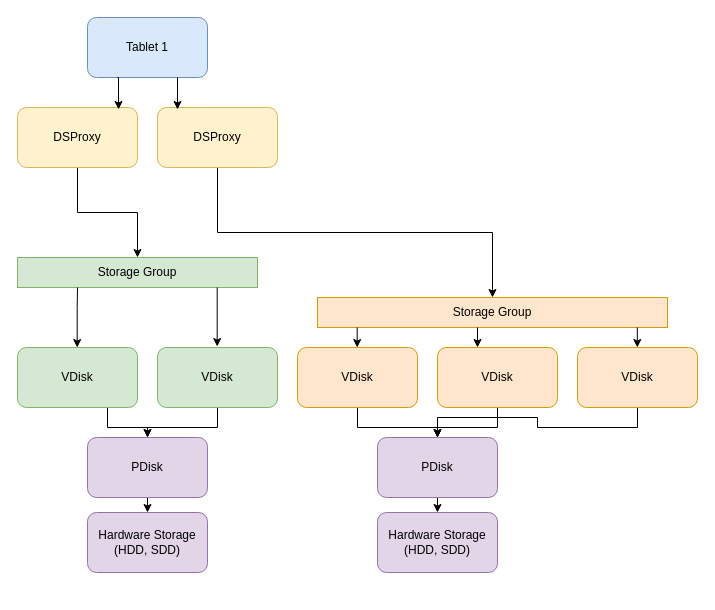
Before: ydb/docs/ru/core/concepts/_assets/storage.drawio in ydb-platform/ydb, a draw.io diagram. Source tidied: cells renumbered, new cells numbered last; positions are measured from the earlier drawing's top-left corner, leaving out a move shared by most shapes. Both pictures are drawn from the tidied source at 100%, with x=0, y=0 at pixel (17, 17).
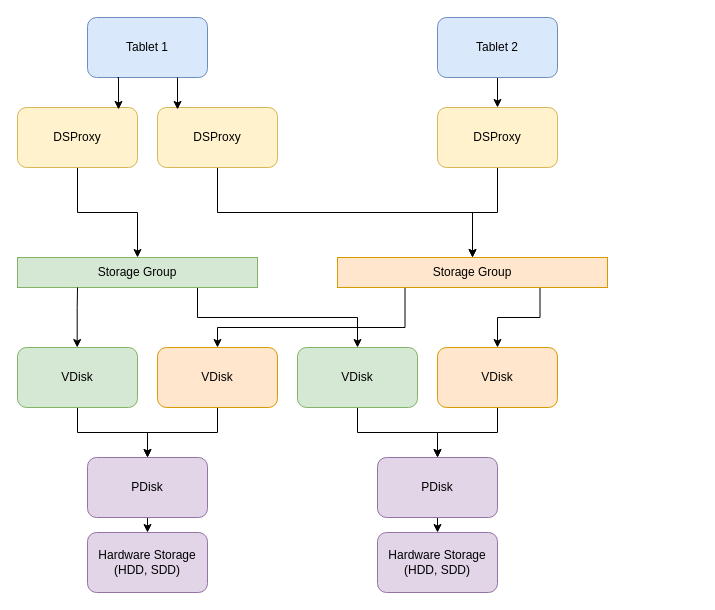
The same diagram, later.

The change refers to these unchanged cells:
```xml
<mxCell id="10" value="VDisk" style="rounded=1;whiteSpace=wrap;html=1;fillColor=#d5e8d4;strokeColor=#82b366;" parent="1" vertex="1">
  <mxGeometry y="330" width="120" height="60" as="geometry" />
</mxCell>
<mxCell id="19" value="VDisk" style="rounded=1;whiteSpace=wrap;html=1;fillColor=#ffe6cc;strokeColor=#d79b00;" parent="1" vertex="1">
  <mxGeometry x="420" y="330" width="120" height="60" as="geometry" />
</mxCell>
<mxCell id="23" value="Storage Group" style="rounded=0;whiteSpace=wrap;html=1;fillColor=#d5e8d4;strokeColor=#82b366;" parent="1" vertex="1">
  <mxGeometry y="240" width="240" height="30" as="geometry" />
</mxCell>
```

Change to the diagram source:
```diff
@@
-    <mxCell id="9" style="edgeStyle=orthogonalEdgeStyle;rounded=0;jettySize=auto;html=1;exitX=0.75;exitY=1;exitDx=0;exitDy=0;entryX=0.5;entryY=0;entryDx=0;entryDy=0;" parent="1" edge="1" source="10" target="12">
-      <mxGeometry relative="1" as="geometry" />
-    </mxCell>
+    <mxCell id="32" style="edgeStyle=orthogonalEdgeStyle;rounded=0;jettySize=auto;html=1;exitX=0.5;exitY=1;exitDx=0;exitDy=0;entryX=0.5;entryY=0;entryDx=0;entryDy=0;" parent="1" edge="1" source="10" target="34">
+      <mxGeometry relative="1" as="geometry" />
+    </mxCell>
@@
-    <mxCell id="11" style="edgeStyle=orthogonalEdgeStyle;rounded=0;jettySize=auto;html=1;exitX=0.5;exitY=1;exitDx=0;exitDy=0;entryX=0.5;entryY=0;entryDx=0;entryDy=0;" parent="1" edge="1" source="12" target="13">
-      <mxGeometry relative="1" as="geometry" />
-    </mxCell>
-    <mxCell id="12" value="PDisk" style="rounded=1;whiteSpace=wrap;html=1;fillColor=#e1d5e7;strokeColor=#9673a6;" parent="1" vertex="1">
-      <mxGeometry x="70" y="420" width="120" height="60" as="geometry" />
-    </mxCell>
-    <mxCell id="13" value="Hardware Storage (HDD, SDD)" style="rounded=1;whiteSpace=wrap;html=1;fillColor=#e1d5e7;strokeColor=#9673a6;" parent="1" vertex="1">
-      <mxGeometry x="70" y="495" width="120" height="60" as="geometry" />
-    </mxCell>
-    <mxCell id="14" style="edgeStyle=orthogonalEdgeStyle;rounded=0;jettySize=auto;html=1;exitX=0.5;exitY=1;exitDx=0;exitDy=0;entryX=0.5;entryY=0;entryDx=0;entryDy=0;" parent="1" edge="1" source="15" target="12">
-      <mxGeometry relative="1" as="geometry" />
-    </mxCell>
+    <mxCell id="33" style="edgeStyle=orthogonalEdgeStyle;rounded=0;jettySize=auto;html=1;exitX=0.5;exitY=1;exitDx=0;exitDy=0;entryX=0.5;entryY=0;entryDx=0;entryDy=0;" parent="1" edge="1" source="34" target="35">
+      <mxGeometry relative="1" as="geometry" />
+    </mxCell>
+    <mxCell id="34" value="PDisk" style="rounded=1;whiteSpace=wrap;html=1;fillColor=#e1d5e7;strokeColor=#9673a6;" parent="1" vertex="1">
+      <mxGeometry x="70" y="440" width="120" height="60" as="geometry" />
+    </mxCell>
+    <mxCell id="35" value="Hardware Storage (HDD, SDD)" style="rounded=1;whiteSpace=wrap;html=1;fillColor=#e1d5e7;strokeColor=#9673a6;" parent="1" vertex="1">
+      <mxGeometry x="70" y="515" width="120" height="60" as="geometry" />
+    </mxCell>
+    <mxCell id="36" style="edgeStyle=orthogonalEdgeStyle;rounded=0;jettySize=auto;html=1;exitX=0.5;exitY=1;exitDx=0;exitDy=0;entryX=0.5;entryY=0;entryDx=0;entryDy=0;" parent="1" edge="1" source="15" target="41">
+      <mxGeometry relative="1" as="geometry" />
+    </mxCell>
     <mxCell id="15" value="VDisk" style="rounded=1;whiteSpace=wrap;html=1;fillColor=#d5e8d4;strokeColor=#82b366;" parent="1" vertex="1">
-      <mxGeometry x="140" y="330" width="120" height="60" as="geometry" />
+      <mxGeometry x="280" y="330" width="120" height="60" as="geometry" />
     </mxCell>
-    <mxCell id="16" style="edgeStyle=orthogonalEdgeStyle;rounded=0;jettySize=auto;html=1;exitX=0.5;exitY=1;exitDx=0;exitDy=0;" parent="1" edge="1" source="17" target="21">
-      <mxGeometry relative="1" as="geometry" />
-    </mxCell>
-    <mxCell id="17" value="VDisk" style="rounded=1;whiteSpace=wrap;html=1;fillColor=#ffe6cc;strokeColor=#d79b00;" parent="1" vertex="1">
-      <mxGeometry x="280" y="330" width="120" height="60" as="geometry" />
-    </mxCell>
-    <mxCell id="18" style="edgeStyle=orthogonalEdgeStyle;rounded=0;jettySize=auto;html=1;exitX=0.5;exitY=1;exitDx=0;exitDy=0;entryX=0.5;entryY=0;entryDx=0;entryDy=0;" parent="1" edge="1" source="19" target="21">
-      <mxGeometry relative="1" as="geometry" />
-    </mxCell>
+    <mxCell id="37" style="edgeStyle=orthogonalEdgeStyle;rounded=0;jettySize=auto;html=1;exitX=0.5;exitY=1;exitDx=0;exitDy=0;entryX=0.5;entryY=0;entryDx=0;entryDy=0;" parent="1" edge="1" source="38" target="34">
+      <mxGeometry relative="1" as="geometry" />
+    </mxCell>
+    <mxCell id="38" value="VDisk" style="rounded=1;whiteSpace=wrap;html=1;fillColor=#ffe6cc;strokeColor=#d79b00;" parent="1" vertex="1">
+      <mxGeometry x="140" y="330" width="120" height="60" as="geometry" />
+    </mxCell>
+    <mxCell id="39" style="edgeStyle=orthogonalEdgeStyle;rounded=0;jettySize=auto;html=1;exitX=0.5;exitY=1;exitDx=0;exitDy=0;" parent="1" edge="1" source="19" target="41">
+      <mxGeometry relative="1" as="geometry" />
+    </mxCell>
@@
-    <mxCell id="20" style="edgeStyle=orthogonalEdgeStyle;rounded=0;jettySize=auto;html=1;exitX=0.5;exitY=1;exitDx=0;exitDy=0;entryX=0.5;entryY=0;entryDx=0;entryDy=0;" parent="1" edge="1" source="21" target="22">
-      <mxGeometry relative="1" as="geometry" />
-    </mxCell>
-    <mxCell id="21" value="PDisk" style="rounded=1;whiteSpace=wrap;html=1;fillColor=#e1d5e7;strokeColor=#9673a6;" parent="1" vertex="1">
-      <mxGeometry x="360" y="420" width="120" height="60" as="geometry" />
-    </mxCell>
-    <mxCell id="22" value="Hardware Storage (HDD, SDD)" style="rounded=1;whiteSpace=wrap;html=1;fillColor=#e1d5e7;strokeColor=#9673a6;" parent="1" vertex="1">
-      <mxGeometry x="360" y="495" width="120" height="60" as="geometry" />
-    </mxCell>
+    <mxCell id="40" style="edgeStyle=orthogonalEdgeStyle;rounded=0;jettySize=auto;html=1;exitX=0.5;exitY=1;exitDx=0;exitDy=0;entryX=0.5;entryY=0;entryDx=0;entryDy=0;" parent="1" edge="1" source="41" target="42">
+      <mxGeometry relative="1" as="geometry" />
+    </mxCell>
+    <mxCell id="41" value="PDisk" style="rounded=1;whiteSpace=wrap;html=1;fillColor=#e1d5e7;strokeColor=#9673a6;" parent="1" vertex="1">
+      <mxGeometry x="360" y="440" width="120" height="60" as="geometry" />
+    </mxCell>
+    <mxCell id="42" value="Hardware Storage (HDD, SDD)" style="rounded=1;whiteSpace=wrap;html=1;fillColor=#e1d5e7;strokeColor=#9673a6;" parent="1" vertex="1">
+      <mxGeometry x="360" y="515" width="120" height="60" as="geometry" />
+    </mxCell>
+    <mxCell id="43" style="edgeStyle=orthogonalEdgeStyle;rounded=0;jettySize=auto;html=1;exitX=0.75;exitY=1;exitDx=0;exitDy=0;" parent="1" edge="1" source="23" target="15">
+      <mxGeometry relative="1" as="geometry" />
+    </mxCell>
@@
+    <mxCell id="44" style="edgeStyle=orthogonalEdgeStyle;rounded=0;jettySize=auto;html=1;exitX=0.25;exitY=1;exitDx=0;exitDy=0;entryX=0.5;entryY=0;entryDx=0;entryDy=0;" parent="1" edge="1" source="24" target="38">
+      <mxGeometry relative="1" as="geometry">
+        <Array as="points">
+          <mxPoint x="388" y="310" />
+          <mxPoint x="200" y="310" />
+        </Array>
+      </mxGeometry>
+    </mxCell>
+    <mxCell id="45" style="edgeStyle=orthogonalEdgeStyle;rounded=0;jettySize=auto;html=1;exitX=0.75;exitY=1;exitDx=0;exitDy=0;" parent="1" edge="1" source="24" target="19">
+      <mxGeometry relative="1" as="geometry" />
+    </mxCell>
     <mxCell id="24" value="Storage Group" style="rounded=0;whiteSpace=wrap;html=1;fillColor=#ffe6cc;strokeColor=#d79b00;" parent="1" vertex="1">
-      <mxGeometry x="300" y="280" width="350" height="30" as="geometry" />
+      <mxGeometry x="320" y="240" width="270" height="30" as="geometry" />
     </mxCell>
-    <mxCell id="25" style="edgeStyle=orthogonalEdgeStyle;rounded=0;jettySize=auto;html=1;exitX=0.5;exitY=1;exitDx=0;exitDy=0;" parent="1" edge="1" source="26" target="21">
-      <mxGeometry relative="1" as="geometry" />
-    </mxCell>
-    <mxCell id="26" value="VDisk" style="rounded=1;whiteSpace=wrap;html=1;fillColor=#ffe6cc;strokeColor=#d79b00;" parent="1" vertex="1">
-      <mxGeometry x="560" y="330" width="120" height="60" as="geometry" />
-    </mxCell>
-    <mxCell id="27" style="endArrow=classic;html=1;rounded=0;exitX=0.25;exitY=1;exitDx=0;exitDy=0;" parent="1" edge="1" source="23">
-      <mxGeometry relative="1" as="geometry">
-        <mxPoint x="59.7" y="330" as="targetPoint" />
-        <Array as="points">
-          <mxPoint x="59.7" y="290" />
-        </Array>
-      </mxGeometry>
-    </mxCell>
-    <mxCell id="28" style="endArrow=classic;html=1;rounded=0;exitX=0.183;exitY=1.022;exitDx=0;exitDy=0;exitPerimeter=0;" parent="1" edge="1">
-      <mxGeometry relative="1" as="geometry">
-        <mxPoint x="199.7" y="270" as="sourcePoint" />
-        <mxPoint x="199.7" y="329" as="targetPoint" />
-      </mxGeometry>
-    </mxCell>
-    <mxCell id="29" style="endArrow=classic;html=1;rounded=0;exitX=0.183;exitY=1.022;exitDx=0;exitDy=0;exitPerimeter=0;" parent="1" edge="1">
-      <mxGeometry relative="1" as="geometry">
-        <mxPoint x="339.7" y="310" as="sourcePoint" />
-        <mxPoint x="339.7" y="330" as="targetPoint" />
-      </mxGeometry>
-    </mxCell>
-    <mxCell id="30" style="endArrow=classic;html=1;rounded=0;exitX=0.183;exitY=1.022;exitDx=0;exitDy=0;exitPerimeter=0;" parent="1" edge="1">
-      <mxGeometry relative="1" as="geometry">
-        <mxPoint x="460" y="310" as="sourcePoint" />
-        <mxPoint x="460" y="330" as="targetPoint" />
-      </mxGeometry>
-    </mxCell>
-    <mxCell id="31" style="endArrow=classic;html=1;rounded=0;exitX=0.183;exitY=1.022;exitDx=0;exitDy=0;exitPerimeter=0;" parent="1" edge="1">
-      <mxGeometry relative="1" as="geometry">
-        <mxPoint x="619.8" y="310" as="sourcePoint" />
-        <mxPoint x="619.8" y="330" as="targetPoint" />
-      </mxGeometry>
-    </mxCell>
+    <mxCell id="46" style="endArrow=classic;html=1;rounded=0;exitX=0.25;exitY=1;exitDx=0;exitDy=0;" parent="1" edge="1" source="23">
+      <mxGeometry relative="1" as="geometry">
+        <mxPoint x="59.7" y="330" as="targetPoint" />
+        <Array as="points">
+          <mxPoint x="59.7" y="290" />
+        </Array>
+      </mxGeometry>
+    </mxCell>
+    <mxCell id="47" style="edgeStyle=orthogonalEdgeStyle;rounded=0;jettySize=auto;html=1;exitX=0.5;exitY=1;exitDx=0;exitDy=0;entryX=0.5;entryY=0;entryDx=0;entryDy=0;" parent="1" edge="1" source="48" target="50">
+      <mxGeometry relative="1" as="geometry" />
+    </mxCell>
+    <mxCell id="48" value="Tablet 2" style="rounded=1;whiteSpace=wrap;html=1;fillColor=#dae8fc;strokeColor=#6c8ebf;" parent="1" vertex="1">
+      <mxGeometry x="420" width="120" height="60" as="geometry" />
+    </mxCell>
+    <mxCell id="49" style="edgeStyle=orthogonalEdgeStyle;rounded=0;jettySize=auto;html=1;exitX=0.5;exitY=1;exitDx=0;exitDy=0;" parent="1" edge="1" source="50" target="24">
+      <mxGeometry relative="1" as="geometry" />
+    </mxCell>
+    <mxCell id="50" value="DSProxy" style="rounded=1;whiteSpace=wrap;html=1;fillColor=#fff2cc;strokeColor=#d6b656;" parent="1" vertex="1">
+      <mxGeometry x="420" y="90" width="120" height="60" as="geometry" />
+    </mxCell>
```
